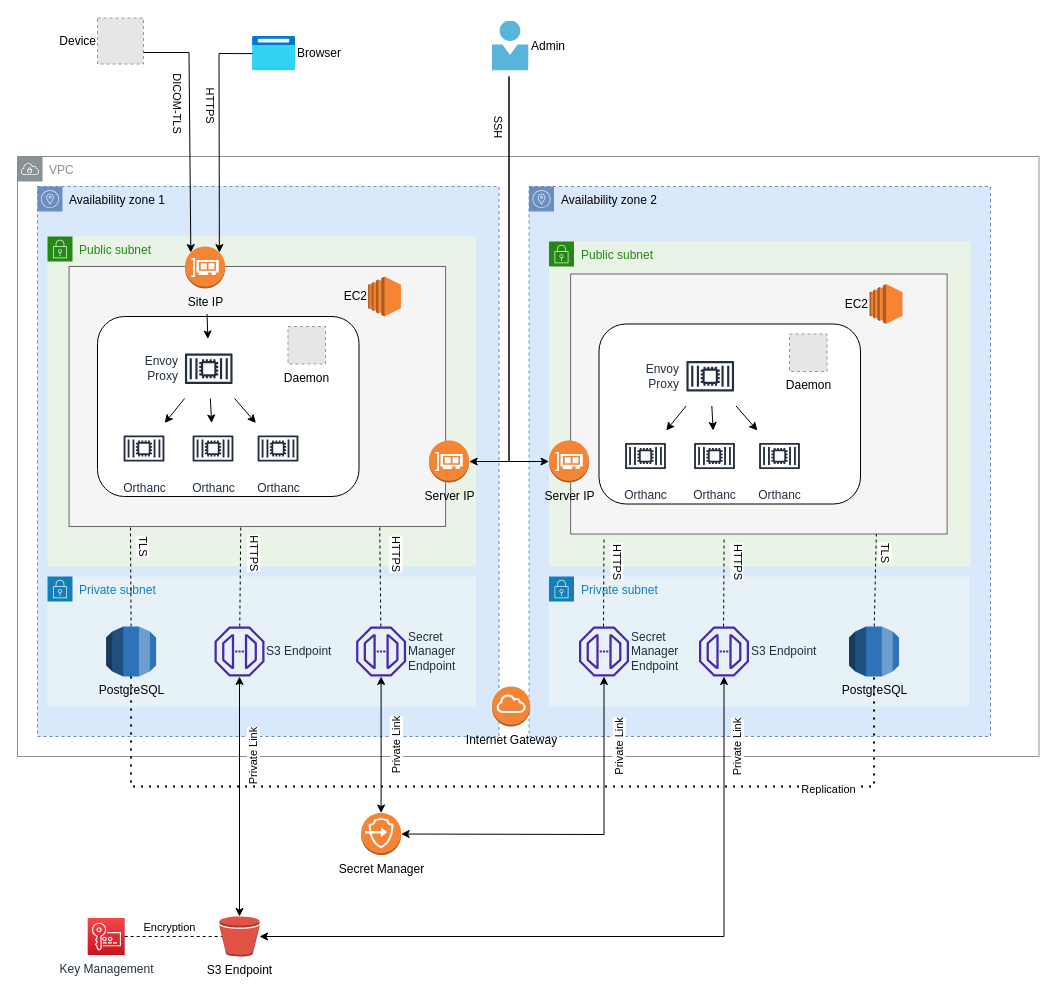
This is resources/Orthweb.drawio from digihunch/orthweb, a draw.io file, before an edit. Source tidied: cells renumbered, new cells numbered last; positions are measured from the earlier drawing's top-left corner, leaving out a move shared by most shapes. Both pictures are drawn from the tidied source at 100%, with x=0, y=0 at pixel (17, 18). Pictures stored in the file or linked from it are replaced by grey dashed boxes.
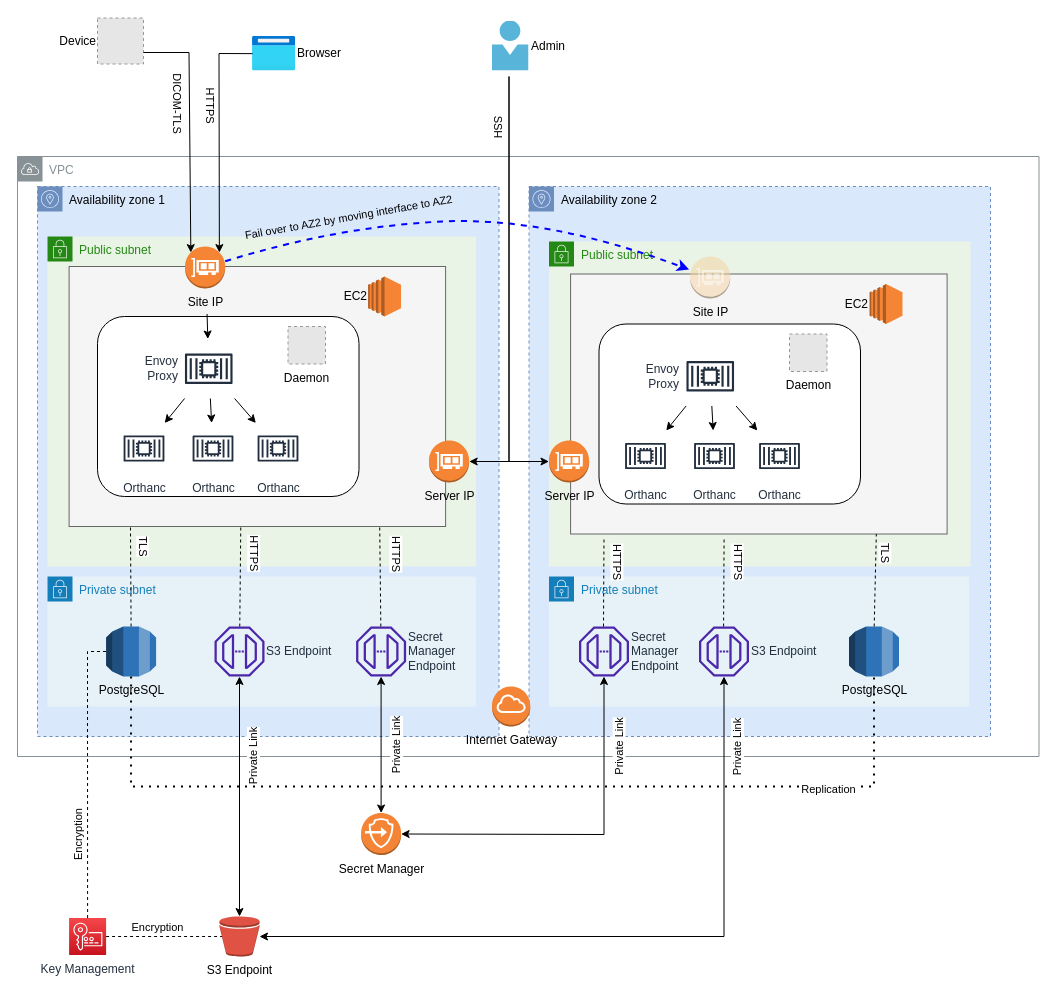
After the change.

The change refers to these unchanged cells:
```xml
<mxCell id="11" value="PostgreSQL" style="outlineConnect=0;dashed=0;verticalLabelPosition=bottom;verticalAlign=top;align=center;html=1;shape=mxgraph.aws3.rds;fillColor=#2E73B8;gradientColor=none;labelPosition=center;" parent="1" vertex="1">
  <mxGeometry x="88.6" y="608" width="50" height="50" as="geometry" />
</mxCell>
<mxCell id="48" value="Site IP" style="outlineConnect=0;dashed=0;verticalLabelPosition=bottom;verticalAlign=top;align=center;html=1;shape=mxgraph.aws3.elastic_network_interface;fillColor=#F58534;gradientColor=none;" parent="1" vertex="1">
  <mxGeometry x="167.5" y="228" width="40.2" height="42" as="geometry" />
</mxCell>
```

The edit, as a diff of the source:
```diff
@@
     <mxCell id="39" value="Key Management" style="sketch=0;points=[[0,0,0],[0.25,0,0],[0.5,0,0],[0.75,0,0],[1,0,0],[0,1,0],[0.25,1,0],[0.5,1,0],[0.75,1,0],[1,1,0],[0,0.25,0],[0,0.5,0],[0,0.75,0],[1,0.25,0],[1,0.5,0],[1,0.75,0]];outlineConnect=0;fontColor=#232F3E;gradientColor=#F54749;gradientDirection=north;fillColor=#C7131F;strokeColor=#ffffff;dashed=0;verticalLabelPosition=bottom;verticalAlign=top;align=center;html=1;fontSize=12;fontStyle=0;shape=mxgraph.aws4.resourceIcon;resIcon=mxgraph.aws4.key_management_service;" parent="1" vertex="1">
-      <mxGeometry x="70.2" y="899.5" width="37" height="37" as="geometry" />
+      <mxGeometry x="51.6" y="899.5" width="37" height="37" as="geometry" />
     </mxCell>
@@
+    <mxCell id="79" style="endArrow=none;dashed=1;html=1;rounded=0;exitX=0.5;exitY=0;exitDx=0;exitDy=0;exitPerimeter=0;entryX=0;entryY=0.5;entryDx=0;entryDy=0;entryPerimeter=0;" parent="1" edge="1" source="39" target="11">
+      <mxGeometry relative="1" as="geometry">
+        <Array as="points">
+          <mxPoint x="70" y="633" />
+        </Array>
+      </mxGeometry>
+    </mxCell>
+    <mxCell id="80" value="Encryption" style="edgeLabel;html=1;align=center;verticalAlign=middle;rotation=-90;" parent="79" vertex="1">
+      <mxGeometry x="-0.3" relative="1" as="geometry">
+        <mxPoint x="-10" y="18" as="offset" />
+      </mxGeometry>
+    </mxCell>
+    <mxCell id="81" style="curved=1;endArrow=classic;html=1;rounded=0;strokeWidth=2;strokeColor=#0000FF;dashed=1;" parent="1" edge="1" source="48" target="83">
+      <mxGeometry relative="1" as="geometry">
+        <Array as="points">
+          <mxPoint x="320" y="208" />
+          <mxPoint x="530" y="198" />
+        </Array>
+      </mxGeometry>
+    </mxCell>
+    <mxCell id="82" value="Fail over to AZ2 by moving interface to AZ2" style="edgeLabel;html=1;align=center;verticalAlign=middle;labelBackgroundColor=none;rotation=-10;" parent="81" vertex="1">
+      <mxGeometry x="-0.02" y="-1" relative="1" as="geometry">
+        <mxPoint x="-107" y="-5" as="offset" />
+      </mxGeometry>
+    </mxCell>
+    <mxCell id="83" value="Site IP" style="outlineConnect=0;dashed=0;verticalLabelPosition=bottom;verticalAlign=top;align=center;html=1;shape=mxgraph.aws3.elastic_network_interface;fillColor=#F5D1A2;gradientColor=none;fillStyle=auto;opacity=50;shadow=0;sketch=0;perimeterSpacing=1;" parent="1" vertex="1">
+      <mxGeometry x="672.6" y="238" width="40.2" height="42" as="geometry" />
+    </mxCell>
```
